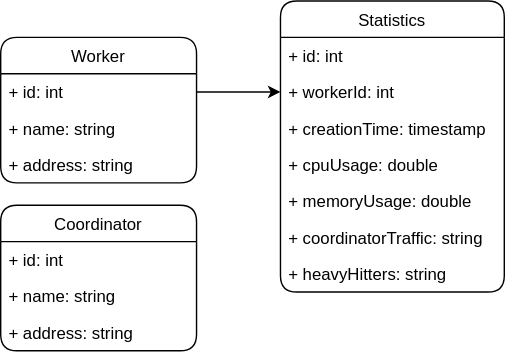
Earlier version of the draw.io export src/main/java/org/apache/sysds/runtime/controlprogram/federated/monitoring/DB-diagram.svg (apache/systemds). Source tidied: cells renumbered, new cells last; positions are measured from the earlier drawing's top-left corner, leaving out a move shared by most shapes.
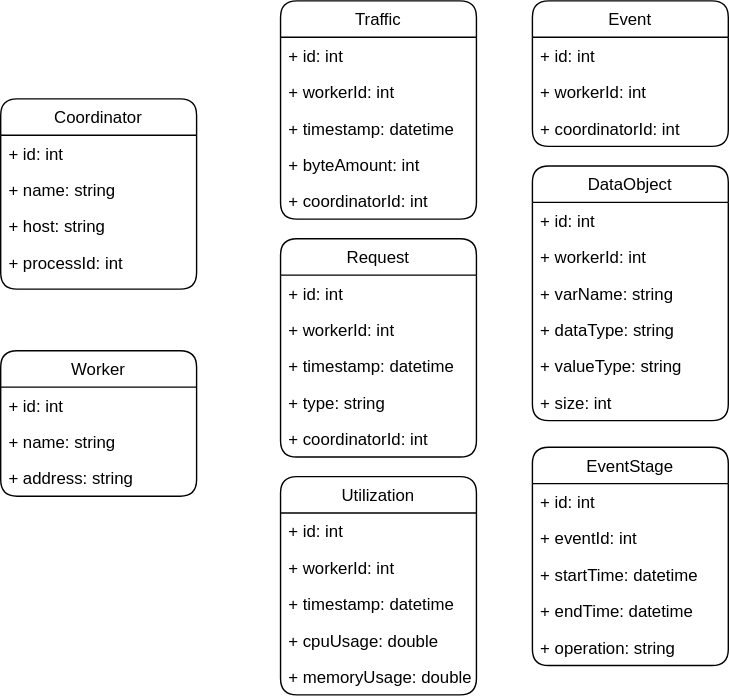
Above is the later version.

The edit, as a diff of the source:
```diff
@@ -1,9 +1,9 @@
-<mxGraphModel>
+<mxGraphModel background="#ffffff">
   <root>
     <mxCell id="0" />
     <mxCell id="1" parent="0" />
     <mxCell id="2" value="Worker" style="swimlane;fontStyle=0;horizontal=1;startSize=26;fillColor=none;rounded=1;" parent="1" vertex="1">
-      <mxGeometry y="26" width="140" height="104" as="geometry" />
+      <mxGeometry x="40" y="126" width="140" height="104" as="geometry" />
     </mxCell>
     <mxCell id="3" value="+ id: int" style="text;strokeColor=none;fillColor=none;align=left;verticalAlign=top;spacingLeft=4;spacingRight=4;overflow=hidden;points=[[0,0.5],[1,0.5]];portConstraint=eastwest;rounded=1;" parent="2" vertex="1">
       <mxGeometry y="26" width="140" height="26" as="geometry" />
@@ -15,7 +15,7 @@
       <mxGeometry y="78" width="140" height="26" as="geometry" />
     </mxCell>
     <mxCell id="6" value="Coordinator" style="swimlane;fontStyle=0;horizontal=1;startSize=26;fillColor=none;rounded=1;" parent="1" vertex="1">
-      <mxGeometry y="146" width="140" height="104" as="geometry" />
+      <mxGeometry x="40" y="-54" width="140" height="136" as="geometry" />
     </mxCell>
     <mxCell id="7" value="+ id: int" style="text;strokeColor=none;fillColor=none;align=left;verticalAlign=top;spacingLeft=4;spacingRight=4;overflow=hidden;rounded=1;" parent="6" vertex="1">
       <mxGeometry y="26" width="140" height="26" as="geometry" />
@@ -23,40 +23,116 @@
     <mxCell id="8" value="+ name: string" style="text;strokeColor=none;fillColor=none;align=left;verticalAlign=top;spacingLeft=4;spacingRight=4;overflow=hidden;rounded=1;" parent="6" vertex="1">
       <mxGeometry y="52" width="140" height="26" as="geometry" />
     </mxCell>
+    <mxCell id="19" value="+ host: string" style="text;strokeColor=none;fillColor=none;align=left;verticalAlign=top;spacingLeft=4;spacingRight=4;overflow=hidden;rounded=1;" parent="6" vertex="1">
+      <mxGeometry y="78" width="140" height="26" as="geometry" />
+    </mxCell>
-    <mxCell id="9" value="+ address: string" style="text;strokeColor=none;fillColor=none;align=left;verticalAlign=top;spacingLeft=4;spacingRight=4;overflow=hidden;rounded=1;" parent="6" vertex="1">
-      <mxGeometry y="78" width="140" height="26" as="geometry" />
+    <mxCell id="9" value="+ processId: int" style="text;strokeColor=none;fillColor=none;align=left;verticalAlign=top;spacingLeft=4;spacingRight=4;overflow=hidden;rounded=1;" parent="6" vertex="1">
+      <mxGeometry y="104" width="140" height="32" as="geometry" />
     </mxCell>
-    <mxCell id="10" value="Statistics" style="swimlane;fontStyle=0;horizontal=1;startSize=26;fillColor=none;rounded=1;" parent="1" vertex="1">
-      <mxGeometry x="200" width="160" height="208" as="geometry" />
-    </mxCell>
-    <mxCell id="11" value="+ id: int" style="text;strokeColor=none;fillColor=none;align=left;verticalAlign=top;spacingLeft=4;spacingRight=4;overflow=hidden;rounded=1;" parent="10" vertex="1">
-      <mxGeometry y="26" width="160" height="26" as="geometry" />
-    </mxCell>
-    <mxCell id="12" value="+ workerId: int" style="text;strokeColor=none;fillColor=none;align=left;verticalAlign=top;spacingLeft=4;spacingRight=4;overflow=hidden;points=[[0,0.5],[1,0.5]];portConstraint=eastwest;rounded=1;" parent="10" vertex="1">
-      <mxGeometry y="52" width="160" height="26" as="geometry" />
-    </mxCell>
-    <mxCell id="13" value="+ creationTime: timestamp" style="text;strokeColor=none;fillColor=none;align=left;verticalAlign=top;spacingLeft=4;spacingRight=4;overflow=hidden;rounded=1;" parent="10" vertex="1">
-      <mxGeometry y="78" width="160" height="26" as="geometry" />
-    </mxCell>
+    <mxCell id="20" value="Utilization" style="swimlane;fontStyle=0;horizontal=1;startSize=26;fillColor=none;rounded=1;" parent="1" vertex="1">
+      <mxGeometry x="240" y="216" width="140" height="156" as="geometry" />
+    </mxCell>
+    <mxCell id="21" value="+ id: int" style="text;strokeColor=none;fillColor=none;align=left;verticalAlign=top;spacingLeft=4;spacingRight=4;overflow=hidden;rounded=1;" parent="20" vertex="1">
+      <mxGeometry y="26" width="140" height="26" as="geometry" />
+    </mxCell>
+    <mxCell id="22" value="+ workerId: int" style="text;strokeColor=none;fillColor=none;align=left;verticalAlign=top;spacingLeft=4;spacingRight=4;overflow=hidden;rounded=1;" parent="20" vertex="1">
+      <mxGeometry y="52" width="140" height="26" as="geometry" />
+    </mxCell>
+    <mxCell id="23" value="+ timestamp: datetime" style="text;strokeColor=none;fillColor=none;align=left;verticalAlign=top;spacingLeft=4;spacingRight=4;overflow=hidden;rounded=1;" parent="20" vertex="1">
+      <mxGeometry y="78" width="140" height="26" as="geometry" />
+    </mxCell>
-    <mxCell id="14" value="+ cpuUsage: double" style="text;strokeColor=none;fillColor=none;align=left;verticalAlign=top;spacingLeft=4;spacingRight=4;overflow=hidden;rounded=1;" parent="10" vertex="1">
-      <mxGeometry y="104" width="160" height="26" as="geometry" />
+    <mxCell id="14" value="+ cpuUsage: double" style="text;strokeColor=none;fillColor=none;align=left;verticalAlign=top;spacingLeft=4;spacingRight=4;overflow=hidden;rounded=1;" parent="20" vertex="1">
+      <mxGeometry y="104" width="140" height="26" as="geometry" />
     </mxCell>
-    <mxCell id="15" value="+ memoryUsage: double" style="text;strokeColor=none;fillColor=none;align=left;verticalAlign=top;spacingLeft=4;spacingRight=4;overflow=hidden;rounded=1;" parent="10" vertex="1">
-      <mxGeometry y="130" width="160" height="26" as="geometry" />
+    <mxCell id="15" value="+ memoryUsage: double" style="text;strokeColor=none;fillColor=none;align=left;verticalAlign=top;spacingLeft=4;spacingRight=4;overflow=hidden;rounded=1;" parent="20" vertex="1">
+      <mxGeometry y="130" width="140" height="26" as="geometry" />
     </mxCell>
-    <mxCell id="16" value="+ coordinatorTraffic: string" style="text;strokeColor=none;fillColor=none;align=left;verticalAlign=top;spacingLeft=4;spacingRight=4;overflow=hidden;rounded=1;" parent="10" vertex="1">
-      <mxGeometry y="156" width="160" height="26" as="geometry" />
-    </mxCell>
-    <mxCell id="17" value="+ heavyHitters: string" style="text;strokeColor=none;fillColor=none;align=left;verticalAlign=top;spacingLeft=4;spacingRight=4;overflow=hidden;rounded=1;" parent="10" vertex="1">
-      <mxGeometry y="182" width="160" height="26" as="geometry" />
-    </mxCell>
-    <mxCell id="18" style="edgeStyle=orthogonalEdgeStyle;rounded=1;jettySize=auto;html=1;endArrow=classic;endFill=1;" parent="1" edge="1" source="3" target="12">
-      <mxGeometry relative="1" as="geometry">
-        <Array as="points">
-          <mxPoint x="190" y="65" />
-          <mxPoint x="190" y="65" />
-        </Array>
-      </mxGeometry>
-    </mxCell>
+    <mxCell id="24" value="DataObject" style="swimlane;fontStyle=0;horizontal=1;startSize=26;fillColor=none;rounded=1;" parent="1" vertex="1">
+      <mxGeometry x="420" y="-6" width="140" height="182" as="geometry" />
+    </mxCell>
+    <mxCell id="25" value="+ id: int" style="text;strokeColor=none;fillColor=none;align=left;verticalAlign=top;spacingLeft=4;spacingRight=4;overflow=hidden;rounded=1;" parent="24" vertex="1">
+      <mxGeometry y="26" width="140" height="26" as="geometry" />
+    </mxCell>
+    <mxCell id="26" value="+ workerId: int" style="text;strokeColor=none;fillColor=none;align=left;verticalAlign=top;spacingLeft=4;spacingRight=4;overflow=hidden;rounded=1;" parent="24" vertex="1">
+      <mxGeometry y="52" width="140" height="26" as="geometry" />
+    </mxCell>
+    <mxCell id="27" value="+ varName: string" style="text;strokeColor=none;fillColor=none;align=left;verticalAlign=top;spacingLeft=4;spacingRight=4;overflow=hidden;rounded=1;" parent="24" vertex="1">
+      <mxGeometry y="78" width="140" height="26" as="geometry" />
+    </mxCell>
+    <mxCell id="28" value="+ dataType: string" style="text;strokeColor=none;fillColor=none;align=left;verticalAlign=top;spacingLeft=4;spacingRight=4;overflow=hidden;rounded=1;" parent="24" vertex="1">
+      <mxGeometry y="104" width="140" height="26" as="geometry" />
+    </mxCell>
+    <mxCell id="29" value="+ valueType: string" style="text;strokeColor=none;fillColor=none;align=left;verticalAlign=top;spacingLeft=4;spacingRight=4;overflow=hidden;rounded=1;" parent="24" vertex="1">
+      <mxGeometry y="130" width="140" height="26" as="geometry" />
+    </mxCell>
+    <mxCell id="30" value="+ size: int" style="text;strokeColor=none;fillColor=none;align=left;verticalAlign=top;spacingLeft=4;spacingRight=4;overflow=hidden;rounded=1;" parent="24" vertex="1">
+      <mxGeometry y="156" width="140" height="26" as="geometry" />
+    </mxCell>
+    <mxCell id="31" value="Traffic" style="swimlane;fontStyle=0;horizontal=1;startSize=26;fillColor=none;rounded=1;" parent="1" vertex="1">
+      <mxGeometry x="240" y="-124" width="140" height="156" as="geometry" />
+    </mxCell>
+    <mxCell id="32" value="+ id: int" style="text;strokeColor=none;fillColor=none;align=left;verticalAlign=top;spacingLeft=4;spacingRight=4;overflow=hidden;rounded=1;" parent="31" vertex="1">
+      <mxGeometry y="26" width="140" height="26" as="geometry" />
+    </mxCell>
+    <mxCell id="33" value="+ workerId: int" style="text;strokeColor=none;fillColor=none;align=left;verticalAlign=top;spacingLeft=4;spacingRight=4;overflow=hidden;rounded=1;" parent="31" vertex="1">
+      <mxGeometry y="52" width="140" height="26" as="geometry" />
+    </mxCell>
+    <mxCell id="34" value="+ timestamp: datetime" style="text;strokeColor=none;fillColor=none;align=left;verticalAlign=top;spacingLeft=4;spacingRight=4;overflow=hidden;rounded=1;" parent="31" vertex="1">
+      <mxGeometry y="78" width="140" height="26" as="geometry" />
+    </mxCell>
+    <mxCell id="35" value="+ byteAmount: int" style="text;strokeColor=none;fillColor=none;align=left;verticalAlign=top;spacingLeft=4;spacingRight=4;overflow=hidden;rounded=1;" parent="31" vertex="1">
+      <mxGeometry y="104" width="140" height="26" as="geometry" />
+    </mxCell>
+    <mxCell id="36" value="+ coordinatorId: int" style="text;strokeColor=none;fillColor=none;align=left;verticalAlign=top;spacingLeft=4;spacingRight=4;overflow=hidden;rounded=1;" parent="31" vertex="1">
+      <mxGeometry y="130" width="140" height="26" as="geometry" />
+    </mxCell>
+    <mxCell id="37" value="EventStage" style="swimlane;fontStyle=0;horizontal=1;startSize=26;fillColor=none;rounded=1;" parent="1" vertex="1">
+      <mxGeometry x="420" y="195" width="140" height="156" as="geometry" />
+    </mxCell>
+    <mxCell id="38" value="+ id: int" style="text;strokeColor=none;fillColor=none;align=left;verticalAlign=top;spacingLeft=4;spacingRight=4;overflow=hidden;rounded=1;" parent="37" vertex="1">
+      <mxGeometry y="26" width="140" height="26" as="geometry" />
+    </mxCell>
+    <mxCell id="39" value="+ eventId: int" style="text;strokeColor=none;fillColor=none;align=left;verticalAlign=top;spacingLeft=4;spacingRight=4;overflow=hidden;rounded=1;" parent="37" vertex="1">
+      <mxGeometry y="52" width="140" height="26" as="geometry" />
+    </mxCell>
+    <mxCell id="40" value="+ startTime: datetime" style="text;strokeColor=none;fillColor=none;align=left;verticalAlign=top;spacingLeft=4;spacingRight=4;overflow=hidden;rounded=1;" parent="37" vertex="1">
+      <mxGeometry y="78" width="140" height="26" as="geometry" />
+    </mxCell>
+    <mxCell id="41" value="+ endTime: datetime" style="text;strokeColor=none;fillColor=none;align=left;verticalAlign=top;spacingLeft=4;spacingRight=4;overflow=hidden;rounded=1;" parent="37" vertex="1">
+      <mxGeometry y="104" width="140" height="26" as="geometry" />
+    </mxCell>
+    <mxCell id="42" value="+ operation: string" style="text;strokeColor=none;fillColor=none;align=left;verticalAlign=top;spacingLeft=4;spacingRight=4;overflow=hidden;rounded=1;" parent="37" vertex="1">
+      <mxGeometry y="130" width="140" height="26" as="geometry" />
+    </mxCell>
+    <mxCell id="43" value="Request" style="swimlane;fontStyle=0;horizontal=1;startSize=26;fillColor=none;rounded=1;" parent="1" vertex="1">
+      <mxGeometry x="240" y="46" width="140" height="156" as="geometry" />
+    </mxCell>
+    <mxCell id="44" value="+ id: int" style="text;strokeColor=none;fillColor=none;align=left;verticalAlign=top;spacingLeft=4;spacingRight=4;overflow=hidden;rounded=1;" parent="43" vertex="1">
+      <mxGeometry y="26" width="140" height="26" as="geometry" />
+    </mxCell>
+    <mxCell id="45" value="+ workerId: int" style="text;strokeColor=none;fillColor=none;align=left;verticalAlign=top;spacingLeft=4;spacingRight=4;overflow=hidden;rounded=1;" parent="43" vertex="1">
+      <mxGeometry y="52" width="140" height="26" as="geometry" />
+    </mxCell>
+    <mxCell id="46" value="+ timestamp: datetime" style="text;strokeColor=none;fillColor=none;align=left;verticalAlign=top;spacingLeft=4;spacingRight=4;overflow=hidden;rounded=1;" parent="43" vertex="1">
+      <mxGeometry y="78" width="140" height="26" as="geometry" />
+    </mxCell>
+    <mxCell id="47" value="+ type: string" style="text;strokeColor=none;fillColor=none;align=left;verticalAlign=top;spacingLeft=4;spacingRight=4;overflow=hidden;rounded=1;" parent="43" vertex="1">
+      <mxGeometry y="104" width="140" height="26" as="geometry" />
+    </mxCell>
+    <mxCell id="48" value="+ coordinatorId: int" style="text;strokeColor=none;fillColor=none;align=left;verticalAlign=top;spacingLeft=4;spacingRight=4;overflow=hidden;rounded=1;" parent="43" vertex="1">
+      <mxGeometry y="130" width="140" height="26" as="geometry" />
+    </mxCell>
+    <mxCell id="49" value="Event" style="swimlane;fontStyle=0;horizontal=1;startSize=26;fillColor=none;rounded=1;" parent="1" vertex="1">
+      <mxGeometry x="420" y="-124" width="140" height="104" as="geometry" />
+    </mxCell>
+    <mxCell id="50" value="+ id: int" style="text;strokeColor=none;fillColor=none;align=left;verticalAlign=top;spacingLeft=4;spacingRight=4;overflow=hidden;rounded=1;" parent="49" vertex="1">
+      <mxGeometry y="26" width="140" height="26" as="geometry" />
+    </mxCell>
+    <mxCell id="51" value="+ workerId: int" style="text;strokeColor=none;fillColor=none;align=left;verticalAlign=top;spacingLeft=4;spacingRight=4;overflow=hidden;rounded=1;" parent="49" vertex="1">
+      <mxGeometry y="52" width="140" height="26" as="geometry" />
+    </mxCell>
+    <mxCell id="52" value="+ coordinatorId: int" style="text;strokeColor=none;fillColor=none;align=left;verticalAlign=top;spacingLeft=4;spacingRight=4;overflow=hidden;rounded=1;" parent="49" vertex="1">
+      <mxGeometry y="78" width="140" height="26" as="geometry" />
+    </mxCell>
   </root>
 </mxGraphModel>
```
